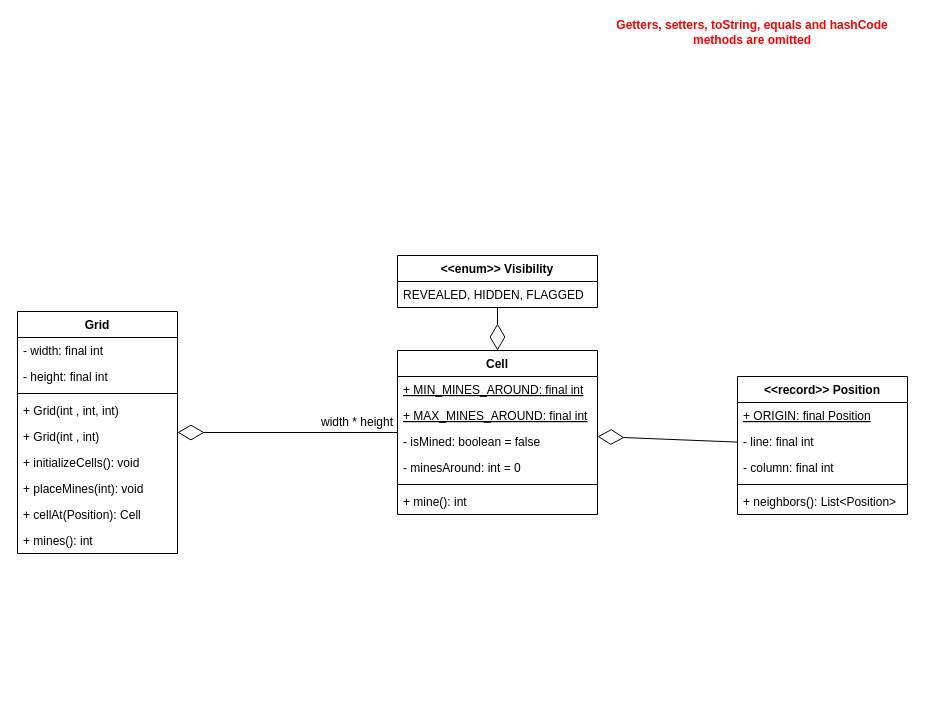
The draw.io diagram specification/model.drawio in mgmu/minesweeper, before the edit. Source tidied: cells renumbered, new cells numbered last; positions are measured from the earlier drawing's top-left corner, leaving out a move shared by most shapes. Both pictures are drawn from the tidied source at 100%, with x=0, y=0 at pixel (17, 17).
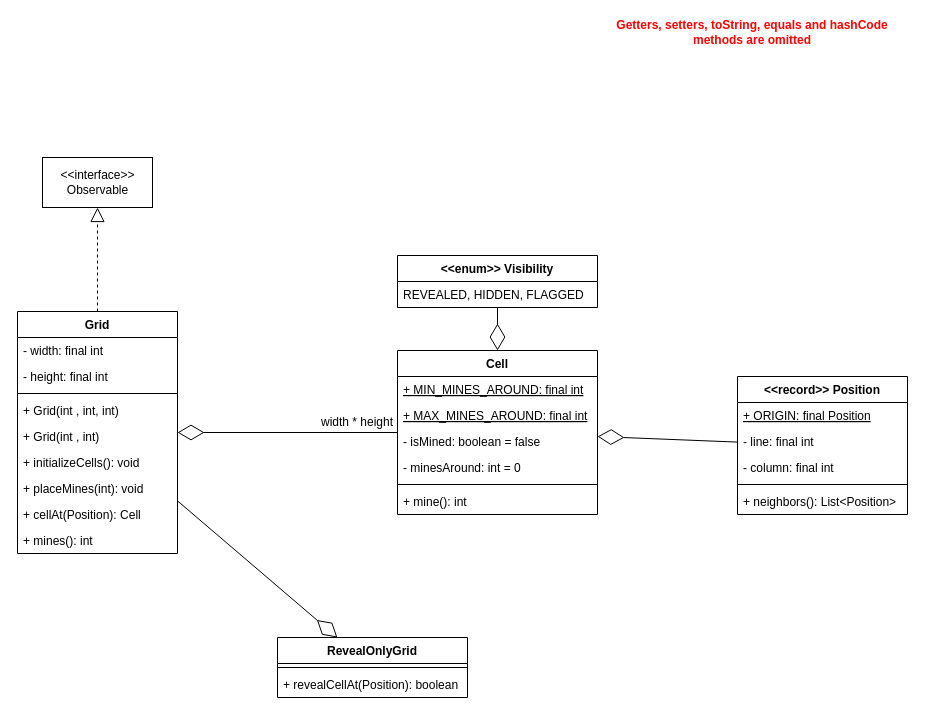
Above is the later version.

The change refers to these unchanged cells:
```xml
<mxCell id="2" value="Grid" style="swimlane;fontStyle=1;align=center;verticalAlign=top;horizontal=1;startSize=26;" parent="1" vertex="1">
  <mxGeometry y="294" width="160" height="242" as="geometry" />
</mxCell>
```

Change to the diagram source:
```diff
@@
+    <mxCell id="32" value="&amp;lt;&amp;lt;interface&amp;gt;&amp;gt;&lt;br&gt;Observable" style="html=1;" parent="1" vertex="1">
+      <mxGeometry x="25" y="140" width="110" height="50" as="geometry" />
+    </mxCell>
+    <mxCell id="33" style="endArrow=block;dashed=1;endFill=0;endSize=12;html=1;rounded=0;" parent="1" edge="1" source="2" target="32">
+      <mxGeometry relative="1" as="geometry" />
+    </mxCell>
+    <mxCell id="34" value="RevealOnlyGrid" style="swimlane;fontStyle=1;align=center;verticalAlign=top;horizontal=1;startSize=26;" parent="1" vertex="1">
+      <mxGeometry x="260" y="620" width="190" height="60" as="geometry" />
+    </mxCell>
+    <mxCell id="35" style="line;strokeWidth=1;fillColor=none;align=left;verticalAlign=middle;spacingTop=-1;spacingLeft=3;spacingRight=3;labelPosition=right;strokeColor=inherit;" parent="34" vertex="1">
+      <mxGeometry y="26" width="190" height="8" as="geometry" />
+    </mxCell>
+    <mxCell id="36" value="+ revealCellAt(Position): boolean" style="text;strokeColor=none;fillColor=none;align=left;verticalAlign=top;spacingLeft=4;spacingRight=4;overflow=hidden;" parent="34" vertex="1">
+      <mxGeometry y="34" width="190" height="26" as="geometry" />
+    </mxCell>
+    <mxCell id="37" style="endArrow=diamondThin;endFill=0;endSize=24;html=1;rounded=0;" parent="1" edge="1" source="2" target="34">
+      <mxGeometry relative="1" as="geometry" />
+    </mxCell>
```
